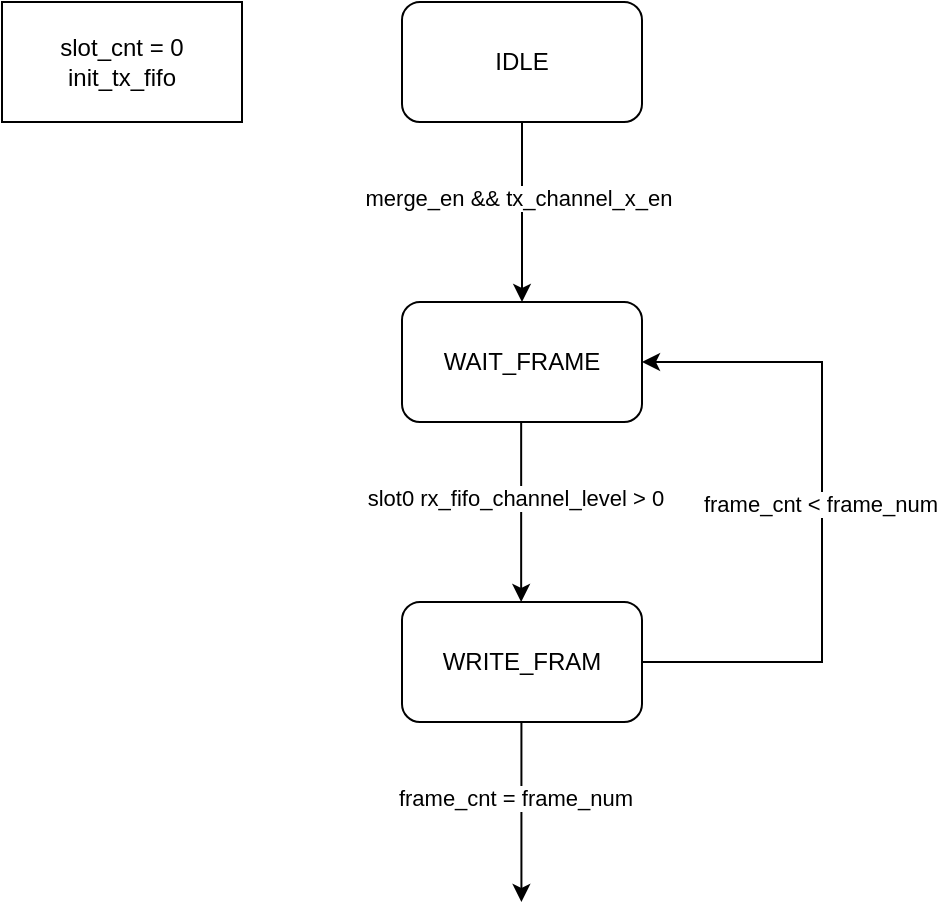
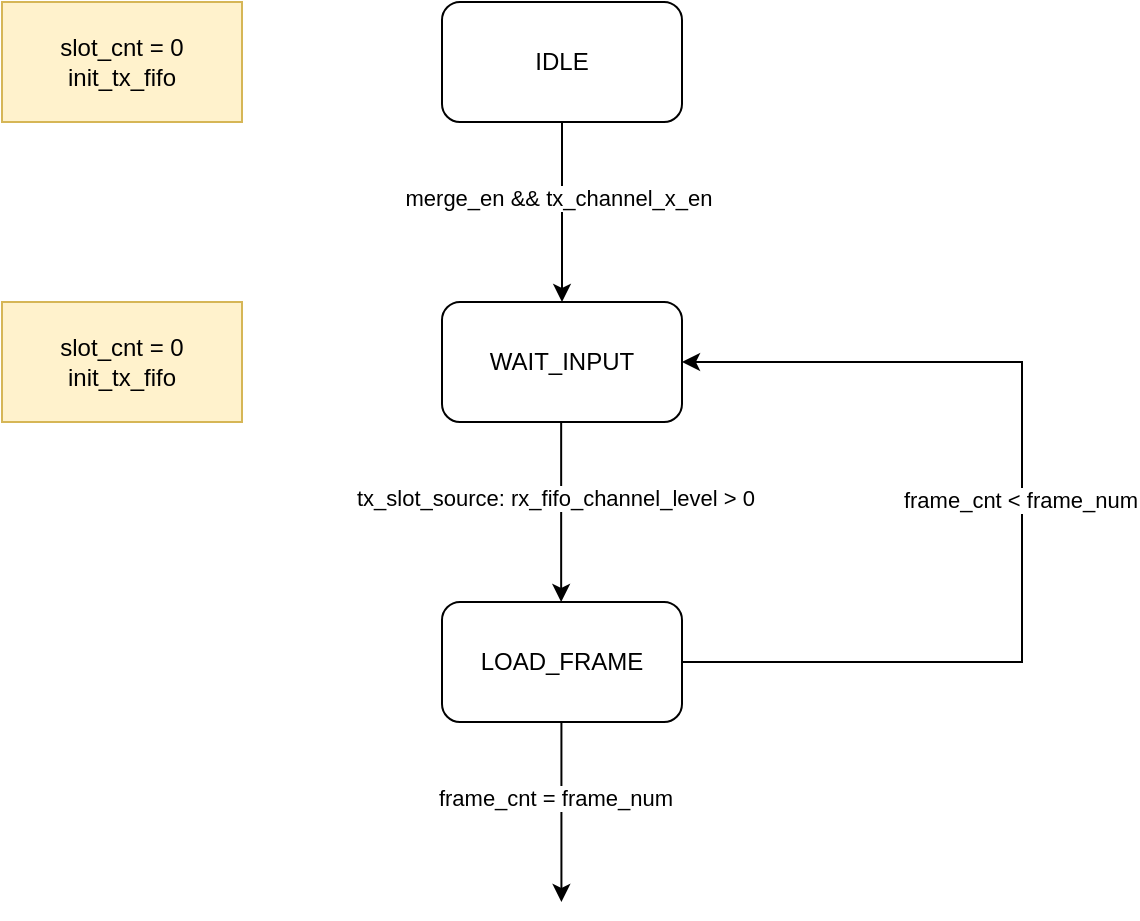
<mxfile host="app.diagrams.net">
  <diagram name="第 1 页" id="XjHAFqP7SQ1ti1ibUdli">
    <mxGraphModel dx="595" dy="336" grid="1" gridSize="10" guides="1" tooltips="1" connect="1" arrows="1" fold="1" page="1" pageScale="1" pageWidth="827" pageHeight="1169" math="0" shadow="0">
      <root>
        <mxCell id="0" />
        <mxCell id="1" parent="0" />
        <mxCell id="F9P4_Q8i71CQrRzi8wBo-1" parent="1" style="rounded=1;whiteSpace=wrap;html=1;" value="IDLE" vertex="1">
          <mxGeometry height="60" width="120" x="330" y="60" as="geometry" />
        </mxCell>
        <mxCell id="F9P4_Q8i71CQrRzi8wBo-2" edge="1" parent="1" source="F9P4_Q8i71CQrRzi8wBo-1" style="endArrow=classic;html=1;rounded=0;exitX=0.5;exitY=1;exitDx=0;exitDy=0;" value="">
          <mxGeometry height="50" relative="1" width="50" as="geometry">
            <mxPoint x="400" y="240" as="sourcePoint" />
            <mxPoint x="390" y="210" as="targetPoint" />
          </mxGeometry>
        </mxCell>
        <mxCell id="F9P4_Q8i71CQrRzi8wBo-3" connectable="0" parent="F9P4_Q8i71CQrRzi8wBo-2" style="edgeLabel;html=1;align=center;verticalAlign=middle;resizable=0;points=[];" value="merge_en &amp;amp;&amp;amp; tx_channel_x_en" vertex="1">
          <mxGeometry relative="1" x="-0.163" y="-2" as="geometry">
            <mxPoint as="offset" />
          </mxGeometry>
        </mxCell>
-         <mxCell id="F9P4_Q8i71CQrRzi8wBo-4" parent="1" style="rounded=1;whiteSpace=wrap;html=1;" value="WAIT_FRAME" vertex="1">
+         <mxCell id="F9P4_Q8i71CQrRzi8wBo-4" parent="1" style="rounded=1;whiteSpace=wrap;html=1;" value="WAIT_INPUT" vertex="1">
          <mxGeometry height="60" width="120" x="330" y="210" as="geometry" />
        </mxCell>
        <mxCell id="F9P4_Q8i71CQrRzi8wBo-5" edge="1" parent="1" style="endArrow=classic;html=1;rounded=0;exitX=0.5;exitY=1;exitDx=0;exitDy=0;" value="">
          <mxGeometry height="50" relative="1" width="50" as="geometry">
            <mxPoint x="389.58" y="270" as="sourcePoint" />
            <mxPoint x="389.58" y="360" as="targetPoint" />
          </mxGeometry>
        </mxCell>
-         <mxCell id="F9P4_Q8i71CQrRzi8wBo-6" connectable="0" parent="F9P4_Q8i71CQrRzi8wBo-5" style="edgeLabel;html=1;align=center;verticalAlign=middle;resizable=0;points=[];" value="slot0 rx_fifo_channel_level &amp;gt; 0&amp;nbsp;" vertex="1">
+         <mxCell id="F9P4_Q8i71CQrRzi8wBo-6" connectable="0" parent="F9P4_Q8i71CQrRzi8wBo-5" style="edgeLabel;html=1;align=center;verticalAlign=middle;resizable=0;points=[];" value="tx_slot_source: rx_fifo_channel_level &amp;gt; 0&amp;nbsp;" vertex="1">
          <mxGeometry relative="1" x="-0.163" y="-2" as="geometry">
            <mxPoint as="offset" />
          </mxGeometry>
        </mxCell>
-         <mxCell id="F9P4_Q8i71CQrRzi8wBo-7" parent="1" style="rounded=1;whiteSpace=wrap;html=1;" value="WRITE_FRAM" vertex="1">
+         <mxCell id="F9P4_Q8i71CQrRzi8wBo-7" parent="1" style="rounded=1;whiteSpace=wrap;html=1;" value="LOAD_FRAME" vertex="1">
          <mxGeometry height="60" width="120" x="330" y="360" as="geometry" />
        </mxCell>
        <mxCell id="F9P4_Q8i71CQrRzi8wBo-8" edge="1" parent="1" source="F9P4_Q8i71CQrRzi8wBo-7" style="endArrow=classic;html=1;rounded=0;exitX=1;exitY=0.5;exitDx=0;exitDy=0;entryX=1;entryY=0.5;entryDx=0;entryDy=0;edgeStyle=orthogonalEdgeStyle;" target="F9P4_Q8i71CQrRzi8wBo-4" value="">
          <mxGeometry height="50" relative="1" width="50" as="geometry">
            <Array as="points">
-               <mxPoint x="540" y="390" />
-               <mxPoint x="540" y="240" />
+               <mxPoint x="620" y="390" />
+               <mxPoint x="620" y="240" />
            </Array>
            <mxPoint x="490" y="400" as="sourcePoint" />
            <mxPoint x="540" y="350" as="targetPoint" />
          </mxGeometry>
        </mxCell>
        <mxCell id="F9P4_Q8i71CQrRzi8wBo-9" connectable="0" parent="F9P4_Q8i71CQrRzi8wBo-8" style="edgeLabel;html=1;align=center;verticalAlign=middle;resizable=0;points=[];" value="frame_cnt &amp;lt; frame_num" vertex="1">
          <mxGeometry relative="1" x="0.0261" y="1" as="geometry">
            <mxPoint as="offset" />
          </mxGeometry>
        </mxCell>
        <mxCell id="F9P4_Q8i71CQrRzi8wBo-10" edge="1" parent="1" style="endArrow=classic;html=1;rounded=0;exitX=0.5;exitY=1;exitDx=0;exitDy=0;" value="">
          <mxGeometry height="50" relative="1" width="50" as="geometry">
            <mxPoint x="389.71" y="420" as="sourcePoint" />
            <mxPoint x="389.71" y="510" as="targetPoint" />
          </mxGeometry>
        </mxCell>
        <mxCell id="F9P4_Q8i71CQrRzi8wBo-11" connectable="0" parent="F9P4_Q8i71CQrRzi8wBo-10" style="edgeLabel;html=1;align=center;verticalAlign=middle;resizable=0;points=[];" value="frame_cnt = frame_num&amp;nbsp;" vertex="1">
          <mxGeometry relative="1" x="-0.163" y="-2" as="geometry">
            <mxPoint as="offset" />
          </mxGeometry>
        </mxCell>
-         <mxCell id="6jK4qZs0-pzn6i_ATSWB-1" parent="1" style="rounded=0;whiteSpace=wrap;html=1;" value="slot_cnt = 0&lt;div&gt;init_tx_fifo&lt;/div&gt;" vertex="1">
-           <mxGeometry height="60" width="120" x="130" y="60" as="geometry" />
+         <mxCell id="6jK4qZs0-pzn6i_ATSWB-1" parent="1" style="rounded=0;whiteSpace=wrap;html=1;fillColor=#fff2cc;strokeColor=#d6b656;" value="slot_cnt = 0&lt;div&gt;init_tx_fifo&lt;/div&gt;" vertex="1">
+           <mxGeometry height="60" width="120" x="110" y="60" as="geometry" />
+         </mxCell>
+         <mxCell id="6jK4qZs0-pzn6i_ATSWB-7" parent="1" style="rounded=0;whiteSpace=wrap;html=1;fillColor=#fff2cc;strokeColor=#d6b656;" value="slot_cnt = 0&lt;div&gt;init_tx_fifo&lt;/div&gt;" vertex="1">
+           <mxGeometry height="60" width="120" x="110" y="210" as="geometry" />
        </mxCell>
      </root>
    </mxGraphModel>
  </diagram>
</mxfile>
